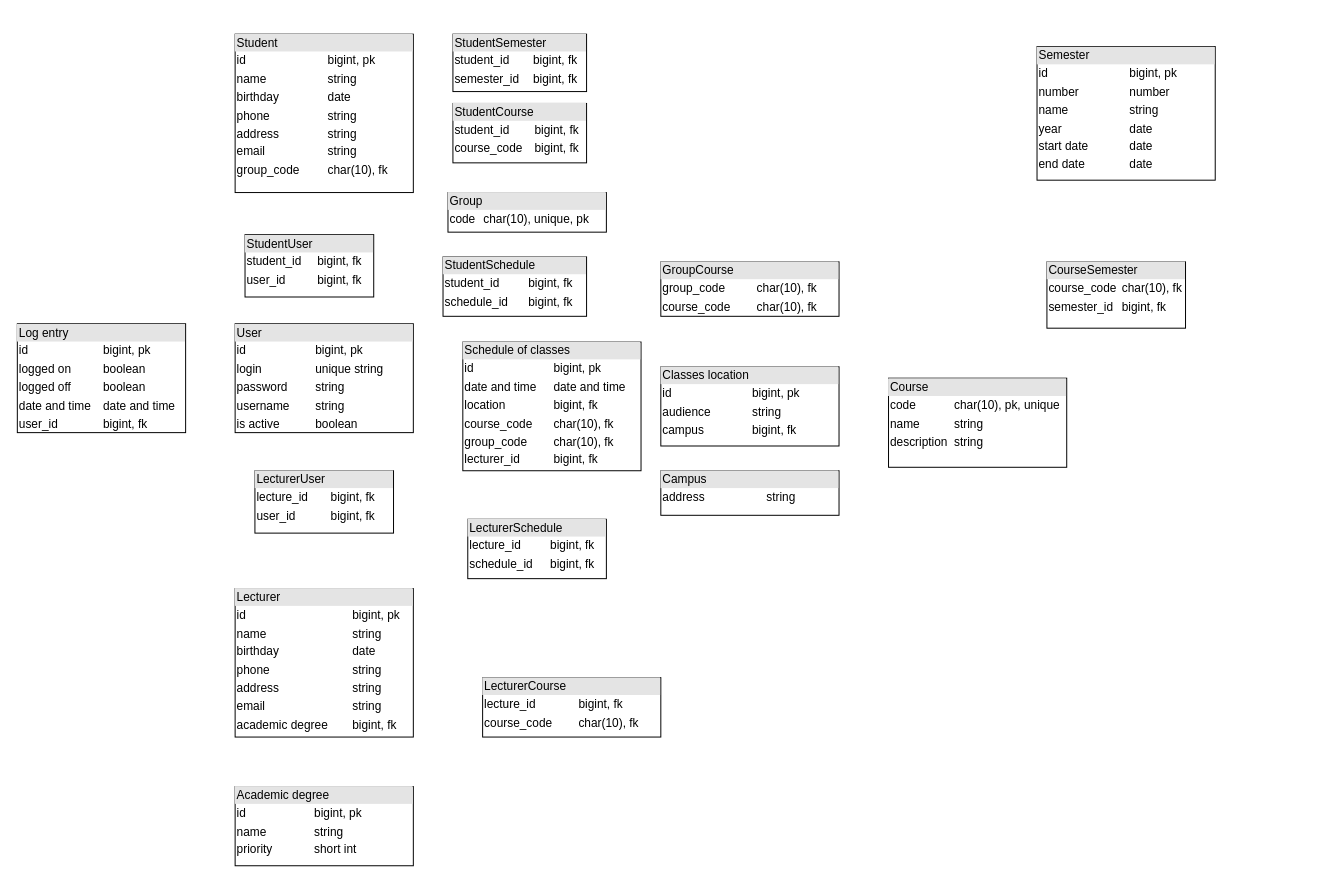
Above: University registrar’s office v1.1.drawio in Fousq/sql_pract (draw.io), before the change. Source tidied: cells renumbered, new cells numbered last; positions are measured from the earlier drawing's top-left corner, leaving out a move shared by most shapes. Both pictures are drawn from the tidied source at 99%, with x=0, y=0 at pixel (17, 34).
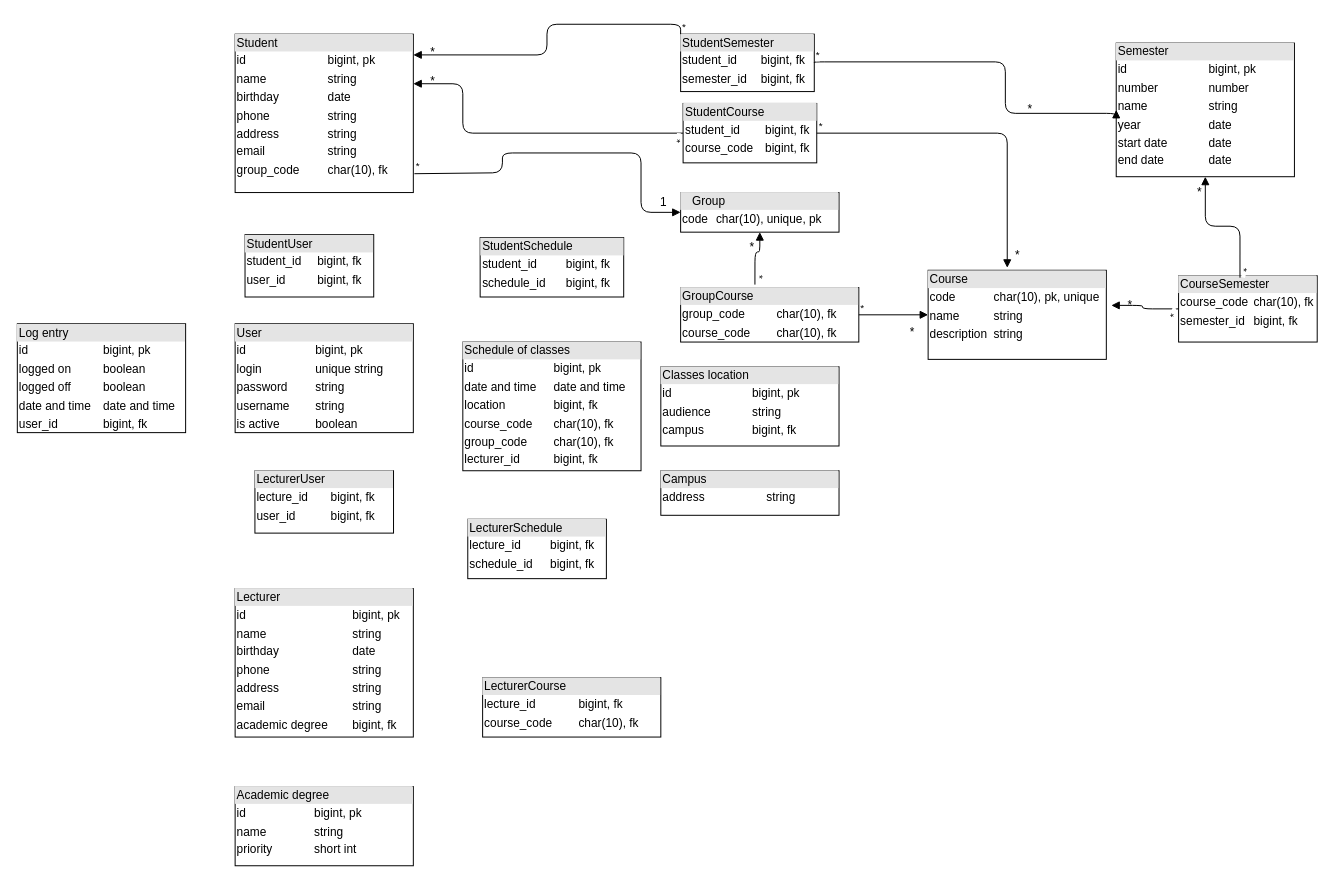
The same diagram, later.

Commit message:
Unimpl relationship

The change refers to these unchanged cells:
```xml
<mxCell id="2" value="&lt;div style=&quot;box-sizing: border-box ; width: 100% ; background: #e4e4e4 ; padding: 2px&quot;&gt;Student&lt;br&gt;&lt;/div&gt;&lt;table style=&quot;width: 100% ; font-size: 1em&quot; cellspacing=&quot;0&quot; cellpadding=&quot;2&quot;&gt;&lt;tbody&gt;&lt;tr&gt;&lt;td&gt;id&lt;br&gt;&lt;/td&gt;&lt;td&gt;bigint, pk&lt;br&gt;&lt;/td&gt;&lt;/tr&gt;&lt;tr&gt;&lt;td&gt;name&lt;/td&gt;&lt;td&gt;string&lt;br&gt;&lt;/td&gt;&lt;/tr&gt;&lt;tr&gt;&lt;td&gt;birthday&lt;br&gt;&lt;/td&gt;&lt;td&gt;date&lt;br&gt;&lt;/td&gt;&lt;/tr&gt;&lt;tr&gt;&lt;td&gt;phone&lt;br&gt;&lt;/td&gt;&lt;td&gt;string&lt;br&gt;&lt;/td&gt;&lt;/tr&gt;&lt;tr&gt;&lt;td&gt;address&lt;br&gt;&lt;/td&gt;&lt;td&gt;string&lt;br&gt;&lt;/td&gt;&lt;/tr&gt;&lt;tr&gt;&lt;td&gt;email&lt;br&gt;&lt;/td&gt;&lt;td&gt;string&lt;br&gt;&lt;/td&gt;&lt;/tr&gt;&lt;tr&gt;&lt;td&gt;group_code&lt;br&gt;&lt;/td&gt;&lt;td&gt;char(10), fk&lt;br&gt;&lt;/td&gt;&lt;/tr&gt;&lt;/tbody&gt;&lt;/table&gt;" style="verticalAlign=top;align=left;overflow=fill;html=1;" parent="1" vertex="1">
  <mxGeometry x="220" width="180" height="160" as="geometry" />
</mxCell>
```

What changed in the source:
```diff
@@
     <mxCell id="3" value="&lt;div style=&quot;box-sizing: border-box ; width: 100% ; background: #e4e4e4 ; padding: 2px&quot;&gt;Course&lt;/div&gt;&lt;table style=&quot;width: 100% ; font-size: 1em&quot; cellspacing=&quot;0&quot; cellpadding=&quot;2&quot;&gt;&lt;tbody&gt;&lt;tr&gt;&lt;td&gt;code&lt;br&gt;&lt;/td&gt;&lt;td&gt;char(10), pk, unique&lt;br&gt;&lt;/td&gt;&lt;/tr&gt;&lt;tr&gt;&lt;td&gt;name&lt;/td&gt;&lt;td&gt;string&lt;/td&gt;&lt;/tr&gt;&lt;tr&gt;&lt;td&gt;description&lt;br&gt;&lt;/td&gt;&lt;td&gt;string&lt;/td&gt;&lt;/tr&gt;&lt;/tbody&gt;&lt;/table&gt;" style="verticalAlign=top;align=left;overflow=fill;html=1;" parent="1" vertex="1">
-      <mxGeometry x="880" y="347.5" width="180" height="90" as="geometry" />
+      <mxGeometry x="920" y="238.5" width="180" height="90" as="geometry" />
     </mxCell>
@@
     <mxCell id="6" value="&lt;div style=&quot;box-sizing: border-box ; width: 100% ; background: #e4e4e4 ; padding: 2px&quot;&gt;Semester&lt;/div&gt;&lt;table style=&quot;width: 100% ; font-size: 1em&quot; cellspacing=&quot;0&quot; cellpadding=&quot;2&quot;&gt;&lt;tbody&gt;&lt;tr&gt;&lt;td&gt;id&lt;br&gt;&lt;/td&gt;&lt;td&gt;bigint, pk&lt;br&gt;&lt;/td&gt;&lt;/tr&gt;&lt;tr&gt;&lt;td&gt;number&lt;br&gt;&lt;/td&gt;&lt;td&gt;number&lt;/td&gt;&lt;/tr&gt;&lt;tr&gt;&lt;td&gt;name&lt;br&gt;&lt;/td&gt;&lt;td&gt;string&lt;/td&gt;&lt;/tr&gt;&lt;tr&gt;&lt;td&gt;year&lt;br&gt;&lt;/td&gt;&lt;td&gt;date&lt;/td&gt;&lt;/tr&gt;&lt;tr&gt;&lt;td&gt;start date&lt;br&gt;&lt;/td&gt;&lt;td&gt;date&lt;br&gt;&lt;/td&gt;&lt;/tr&gt;&lt;tr&gt;&lt;td&gt;end date&lt;br&gt;&lt;/td&gt;&lt;td&gt;date&lt;br&gt;&lt;/td&gt;&lt;/tr&gt;&lt;/tbody&gt;&lt;/table&gt;" style="verticalAlign=top;align=left;overflow=fill;html=1;" parent="1" vertex="1">
-      <mxGeometry x="1030" y="12.5" width="180" height="135" as="geometry" />
+      <mxGeometry x="1110" y="9" width="180" height="135" as="geometry" />
     </mxCell>
@@
     <mxCell id="12" value="&lt;div style=&quot;box-sizing: border-box ; width: 100% ; background: #e4e4e4 ; padding: 2px&quot;&gt;StudentSemester&lt;/div&gt;&lt;table style=&quot;width: 100% ; font-size: 1em&quot; cellspacing=&quot;0&quot; cellpadding=&quot;2&quot;&gt;&lt;tbody&gt;&lt;tr&gt;&lt;td&gt;student_id&lt;br&gt;&lt;/td&gt;&lt;td&gt;bigint, fk&lt;br&gt;&lt;/td&gt;&lt;/tr&gt;&lt;tr&gt;&lt;td&gt;semester_id&lt;br&gt;&lt;/td&gt;&lt;td&gt;bigint, fk&lt;br&gt;&lt;/td&gt;&lt;/tr&gt;&lt;/tbody&gt;&lt;/table&gt;" style="verticalAlign=top;align=left;overflow=fill;html=1;" parent="1" vertex="1">
-      <mxGeometry x="440" width="135" height="58" as="geometry" />
+      <mxGeometry x="670" width="135" height="58" as="geometry" />
     </mxCell>
     <mxCell id="13" value="&lt;div style=&quot;box-sizing: border-box ; width: 100% ; background: #e4e4e4 ; padding: 2px&quot;&gt;StudentCourse&lt;/div&gt;&lt;table style=&quot;width: 100% ; font-size: 1em&quot; cellspacing=&quot;0&quot; cellpadding=&quot;2&quot;&gt;&lt;tbody&gt;&lt;tr&gt;&lt;td&gt;student_id&lt;br&gt;&lt;/td&gt;&lt;td&gt;bigint, fk&lt;br&gt;&lt;/td&gt;&lt;/tr&gt;&lt;tr&gt;&lt;td&gt;course_code&lt;br&gt;&lt;/td&gt;&lt;td&gt;bigint, fk&lt;br&gt;&lt;/td&gt;&lt;/tr&gt;&lt;/tbody&gt;&lt;/table&gt;" style="verticalAlign=top;align=left;overflow=fill;html=1;" parent="1" vertex="1">
-      <mxGeometry x="440" y="70" width="135" height="60" as="geometry" />
+      <mxGeometry x="672.5" y="70" width="135" height="60" as="geometry" />
     </mxCell>
@@
     <mxCell id="17" value="&lt;div style=&quot;box-sizing: border-box ; width: 100% ; background: #e4e4e4 ; padding: 2px&quot;&gt;StudentSchedule&lt;/div&gt;&lt;table style=&quot;width: 100% ; font-size: 1em&quot; cellspacing=&quot;0&quot; cellpadding=&quot;2&quot;&gt;&lt;tbody&gt;&lt;tr&gt;&lt;td&gt;student_id&lt;br&gt;&lt;/td&gt;&lt;td&gt;bigint, fk&lt;br&gt;&lt;/td&gt;&lt;/tr&gt;&lt;tr&gt;&lt;td&gt;schedule_id&lt;br&gt;&lt;/td&gt;&lt;td&gt;bigint, fk&lt;br&gt;&lt;/td&gt;&lt;/tr&gt;&lt;/tbody&gt;&lt;/table&gt;" style="verticalAlign=top;align=left;overflow=fill;html=1;" parent="1" vertex="1">
-      <mxGeometry x="430" y="225" width="145" height="60" as="geometry" />
+      <mxGeometry x="467.5" y="205.5" width="145" height="60" as="geometry" />
     </mxCell>
@@
     <mxCell id="19" value="&lt;div style=&quot;box-sizing: border-box ; width: 100% ; background: #e4e4e4 ; padding: 2px&quot;&gt;CourseSemester&lt;/div&gt;&lt;table style=&quot;width: 100% ; font-size: 1em&quot; cellspacing=&quot;0&quot; cellpadding=&quot;2&quot;&gt;&lt;tbody&gt;&lt;tr&gt;&lt;td&gt;course_code&lt;br&gt;&lt;/td&gt;&lt;td&gt;char(10), fk&lt;br&gt;&lt;/td&gt;&lt;/tr&gt;&lt;tr&gt;&lt;td&gt;semester_id&lt;br&gt;&lt;/td&gt;&lt;td&gt;bigint, fk&lt;br&gt;&lt;/td&gt;&lt;/tr&gt;&lt;/tbody&gt;&lt;/table&gt;" style="verticalAlign=top;align=left;overflow=fill;html=1;" parent="1" vertex="1">
-      <mxGeometry x="1040" y="230" width="140" height="67" as="geometry" />
+      <mxGeometry x="1173" y="244" width="140" height="67" as="geometry" />
     </mxCell>
-    <mxCell id="20" value="&lt;div style=&quot;box-sizing: border-box ; width: 100% ; background: #e4e4e4 ; padding: 2px&quot;&gt;Group&lt;br&gt;&lt;/div&gt;&lt;table style=&quot;width: 100% ; font-size: 1em&quot; cellspacing=&quot;0&quot; cellpadding=&quot;2&quot;&gt;&lt;tbody&gt;&lt;tr&gt;&lt;td&gt;code&lt;br&gt;&lt;/td&gt;&lt;td&gt;char(10), unique, pk&lt;br&gt;&lt;/td&gt;&lt;/tr&gt;&lt;/tbody&gt;&lt;/table&gt;" style="verticalAlign=top;align=left;overflow=fill;html=1;" parent="1" vertex="1">
-      <mxGeometry x="435" y="160" width="160" height="40" as="geometry" />
+    <mxCell id="20" value="&lt;div style=&quot;box-sizing: border-box ; width: 100% ; background: #e4e4e4 ; padding: 2px&quot;&gt;&amp;nbsp;&amp;nbsp; Group&lt;br&gt;&lt;/div&gt;&lt;table style=&quot;width: 100% ; font-size: 1em&quot; cellspacing=&quot;0&quot; cellpadding=&quot;2&quot;&gt;&lt;tbody&gt;&lt;tr&gt;&lt;td&gt;code&lt;br&gt;&lt;/td&gt;&lt;td&gt;char(10), unique, pk&lt;br&gt;&lt;/td&gt;&lt;/tr&gt;&lt;/tbody&gt;&lt;/table&gt;" style="verticalAlign=top;align=left;overflow=fill;html=1;" parent="1" vertex="1">
+      <mxGeometry x="670" y="160" width="160" height="40" as="geometry" />
     </mxCell>
     <mxCell id="21" value="&lt;div style=&quot;box-sizing: border-box ; width: 100% ; background: #e4e4e4 ; padding: 2px&quot;&gt;GroupCourse&lt;/div&gt;&lt;table style=&quot;width: 100% ; font-size: 1em&quot; cellspacing=&quot;0&quot; cellpadding=&quot;2&quot;&gt;&lt;tbody&gt;&lt;tr&gt;&lt;td&gt;group_code&lt;br&gt;&lt;/td&gt;&lt;td&gt;char(10), fk&lt;br&gt;&lt;/td&gt;&lt;/tr&gt;&lt;tr&gt;&lt;td&gt;course_code&lt;br&gt;&lt;/td&gt;&lt;td&gt;char(10), fk&lt;br&gt;&lt;/td&gt;&lt;/tr&gt;&lt;/tbody&gt;&lt;/table&gt;" style="verticalAlign=top;align=left;overflow=fill;html=1;" parent="1" vertex="1">
-      <mxGeometry x="650" y="230" width="180" height="55" as="geometry" />
+      <mxGeometry x="670" y="256" width="180" height="55" as="geometry" />
     </mxCell>
+    <mxCell id="22" style="endArrow=block;endFill=1;html=1;edgeStyle=orthogonalEdgeStyle;align=left;verticalAlign=top;entryX=1;entryY=0.131;entryDx=0;entryDy=0;entryPerimeter=0;exitX=0;exitY=0;exitDx=0;exitDy=0;exitPerimeter=0;" parent="1" edge="1" source="12" target="2">
+      <mxGeometry x="-1" relative="1" as="geometry" />
+    </mxCell>
+    <mxCell id="23" value="*" style="html=1;align=left;verticalAlign=bottom;labelBackgroundColor=#ffffff;fontSize=10;" parent="22" vertex="1">
+      <mxGeometry x="-1" relative="1" as="geometry" />
+    </mxCell>
+    <mxCell id="24" value="*" style="text;html=1;strokeColor=none;fillColor=none;align=center;verticalAlign=middle;whiteSpace=wrap;rounded=0;" parent="1" vertex="1">
+      <mxGeometry x="400" y="9" width="40" height="20" as="geometry" />
+    </mxCell>
+    <mxCell id="25" style="endArrow=block;endFill=1;html=1;edgeStyle=orthogonalEdgeStyle;align=left;verticalAlign=top;entryX=1;entryY=0.313;entryDx=0;entryDy=0;entryPerimeter=0;exitX=0;exitY=0.5;exitDx=0;exitDy=0;" parent="1" edge="1" source="13" target="2">
+      <mxGeometry x="-1" relative="1" as="geometry">
+        <Array as="points">
+          <mxPoint x="450" y="100" />
+          <mxPoint x="450" y="50" />
+        </Array>
+      </mxGeometry>
+    </mxCell>
+    <mxCell id="26" value="*" style="html=1;align=left;verticalAlign=bottom;labelBackgroundColor=#ffffff;fontSize=10;rotation=-175;" parent="25" vertex="1">
+      <mxGeometry x="-1" relative="1" as="geometry" />
+    </mxCell>
+    <mxCell id="27" value="*" style="text;html=1;strokeColor=none;fillColor=none;align=center;verticalAlign=middle;whiteSpace=wrap;rounded=0;" parent="1" vertex="1">
+      <mxGeometry x="400" y="38" width="40" height="20" as="geometry" />
+    </mxCell>
+    <mxCell id="28" style="endArrow=block;endFill=1;html=1;edgeStyle=orthogonalEdgeStyle;align=left;verticalAlign=top;entryX=0;entryY=0.5;entryDx=0;entryDy=0;exitX=1.006;exitY=0.881;exitDx=0;exitDy=0;exitPerimeter=0;" parent="1" edge="1" source="2" target="20">
+      <mxGeometry x="-1" relative="1" as="geometry">
+        <Array as="points">
+          <mxPoint x="401" y="140" />
+          <mxPoint x="490" y="140" />
+          <mxPoint x="490" y="120" />
+          <mxPoint x="630" y="120" />
+          <mxPoint x="630" y="180" />
+        </Array>
+      </mxGeometry>
+    </mxCell>
+    <mxCell id="29" value="*" style="html=1;align=left;verticalAlign=bottom;labelBackgroundColor=#ffffff;fontSize=10;rotation=0;" parent="28" vertex="1">
+      <mxGeometry x="-1" relative="1" as="geometry" />
+    </mxCell>
+    <mxCell id="30" value="1" style="text;html=1;strokeColor=none;fillColor=none;align=center;verticalAlign=middle;whiteSpace=wrap;rounded=0;" parent="1" vertex="1">
+      <mxGeometry x="632.5" y="160" width="40" height="20" as="geometry" />
+    </mxCell>
+    <mxCell id="31" style="endArrow=block;endFill=1;html=1;edgeStyle=orthogonalEdgeStyle;align=left;verticalAlign=top;entryX=0;entryY=0.5;entryDx=0;entryDy=0;exitX=1;exitY=0.5;exitDx=0;exitDy=0;" parent="1" edge="1" source="12" target="6">
+      <mxGeometry x="-1" relative="1" as="geometry">
+        <Array as="points">
+          <mxPoint x="805" y="28" />
+          <mxPoint x="998" y="28" />
+          <mxPoint x="998" y="80" />
+        </Array>
+      </mxGeometry>
+    </mxCell>
+    <mxCell id="32" value="*" style="html=1;align=left;verticalAlign=bottom;labelBackgroundColor=#ffffff;fontSize=10;" parent="31" vertex="1">
+      <mxGeometry x="-1" relative="1" as="geometry" />
+    </mxCell>
+    <mxCell id="33" value="*" style="text;html=1;align=left;verticalAlign=top;spacingTop=-4;" parent="1" vertex="1">
+      <mxGeometry x="1019" y="66" width="20" height="20" as="geometry" />
+    </mxCell>
+    <mxCell id="34" style="endArrow=block;endFill=1;html=1;edgeStyle=orthogonalEdgeStyle;align=left;verticalAlign=top;entryX=0.444;entryY=-0.028;entryDx=0;entryDy=0;entryPerimeter=0;exitX=1;exitY=0.5;exitDx=0;exitDy=0;" parent="1" edge="1" source="13" target="3">
+      <mxGeometry x="-1" relative="1" as="geometry" />
+    </mxCell>
+    <mxCell id="35" value="*" style="html=1;align=left;verticalAlign=bottom;labelBackgroundColor=#ffffff;fontSize=10;" parent="34" vertex="1">
+      <mxGeometry x="-1" relative="1" as="geometry" />
+    </mxCell>
+    <mxCell id="36" value="*" style="text;html=1;align=center;verticalAlign=middle;labelBackgroundColor=#ffffff;" parent="34" vertex="1">
+      <mxGeometry x="0.91" y="3" relative="1" as="geometry">
+        <mxPoint x="7" y="2" as="offset" />
+      </mxGeometry>
+    </mxCell>
+    <mxCell id="37" style="endArrow=block;endFill=1;html=1;edgeStyle=orthogonalEdgeStyle;align=left;verticalAlign=top;exitX=0.417;exitY=-0.055;exitDx=0;exitDy=0;exitPerimeter=0;entryX=0.5;entryY=1;entryDx=0;entryDy=0;" parent="1" edge="1" source="21" target="20">
+      <mxGeometry x="-1" relative="1" as="geometry">
+        <Array as="points">
+          <mxPoint x="745" y="220" />
+          <mxPoint x="750" y="220" />
+        </Array>
+      </mxGeometry>
+    </mxCell>
+    <mxCell id="38" value="*" style="html=1;align=left;verticalAlign=bottom;labelBackgroundColor=#ffffff;fontSize=10;rotation=15;" parent="37" vertex="1">
+      <mxGeometry x="-1" relative="1" as="geometry" />
+    </mxCell>
+    <mxCell id="39" value="*" style="text;html=1;align=left;verticalAlign=top;spacingTop=-4;" parent="1" vertex="1">
+      <mxGeometry x="737.5" y="205.5" width="20" height="20" as="geometry" />
+    </mxCell>
+    <mxCell id="40" style="endArrow=block;endFill=1;html=1;edgeStyle=orthogonalEdgeStyle;align=left;verticalAlign=top;exitX=0.443;exitY=0.03;exitDx=0;exitDy=0;exitPerimeter=0;entryX=0.5;entryY=1;entryDx=0;entryDy=0;" parent="1" edge="1" source="19" target="6">
+      <mxGeometry x="-1" relative="1" as="geometry" />
+    </mxCell>
+    <mxCell id="41" value="*" style="html=1;align=left;verticalAlign=bottom;labelBackgroundColor=#ffffff;fontSize=10;rotation=15;" parent="40" vertex="1">
+      <mxGeometry x="-1" relative="1" as="geometry" />
+    </mxCell>
+    <mxCell id="42" value="*" style="text;html=1;align=left;verticalAlign=top;spacingTop=-4;" parent="1" vertex="1">
+      <mxGeometry x="1190" y="150" width="20" height="20" as="geometry" />
+    </mxCell>
+    <mxCell id="43" style="endArrow=block;endFill=1;html=1;edgeStyle=orthogonalEdgeStyle;align=left;verticalAlign=top;entryX=1.028;entryY=0.394;entryDx=0;entryDy=0;entryPerimeter=0;exitX=0;exitY=0.5;exitDx=0;exitDy=0;" parent="1" edge="1" source="19" target="3">
+      <mxGeometry x="-1" relative="1" as="geometry" />
+    </mxCell>
+    <mxCell id="44" value="*" style="html=1;align=left;verticalAlign=bottom;labelBackgroundColor=#ffffff;fontSize=10;rotation=-160;" parent="43" vertex="1">
+      <mxGeometry x="-1" relative="1" as="geometry" />
+    </mxCell>
+    <mxCell id="45" value="*" style="text;html=1;align=left;verticalAlign=top;spacingTop=-4;" parent="1" vertex="1">
+      <mxGeometry x="1120" y="263.5" width="20" height="20" as="geometry" />
+    </mxCell>
+    <mxCell id="46" style="endArrow=block;endFill=1;html=1;edgeStyle=orthogonalEdgeStyle;align=left;verticalAlign=top;entryX=0;entryY=0.5;entryDx=0;entryDy=0;exitX=1;exitY=0.5;exitDx=0;exitDy=0;" parent="1" edge="1" source="21" target="3">
+      <mxGeometry x="-1" relative="1" as="geometry" />
+    </mxCell>
+    <mxCell id="47" value="*" style="html=1;align=left;verticalAlign=bottom;labelBackgroundColor=#ffffff;fontSize=10;" parent="46" vertex="1">
+      <mxGeometry x="-1" relative="1" as="geometry" />
+    </mxCell>
+    <mxCell id="48" value="*" style="text;html=1;align=left;verticalAlign=top;spacingTop=-4;" parent="1" vertex="1">
+      <mxGeometry x="900" y="291" width="20" height="20" as="geometry" />
+    </mxCell>
```
